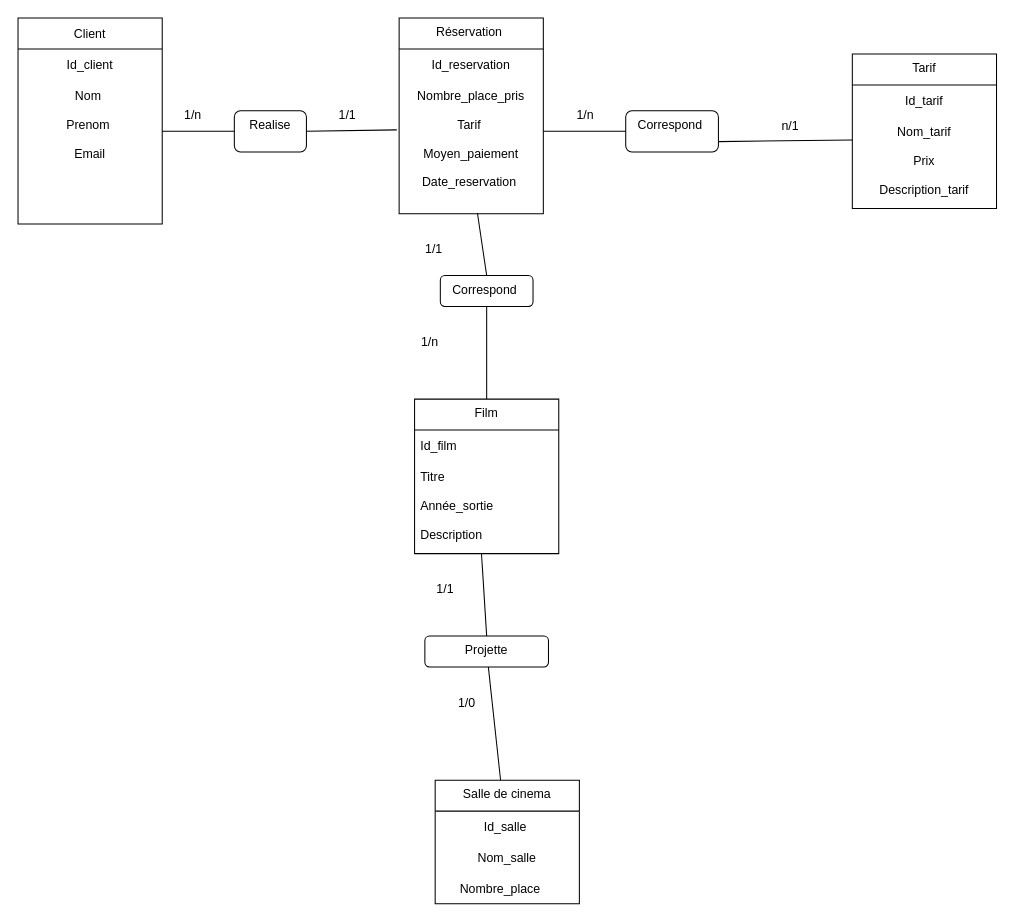
Earlier version of the draw.io diagram BDD/MCD_cinema.drawio (ArnaudLouisy/CinemaProject). Source tidied: cells renumbered, new cells numbered last; positions are measured from the earlier drawing's top-left corner, leaving out a move shared by most shapes. Both pictures are drawn from the tidied source at 103%, with x=0, y=0 at pixel (18, 18).
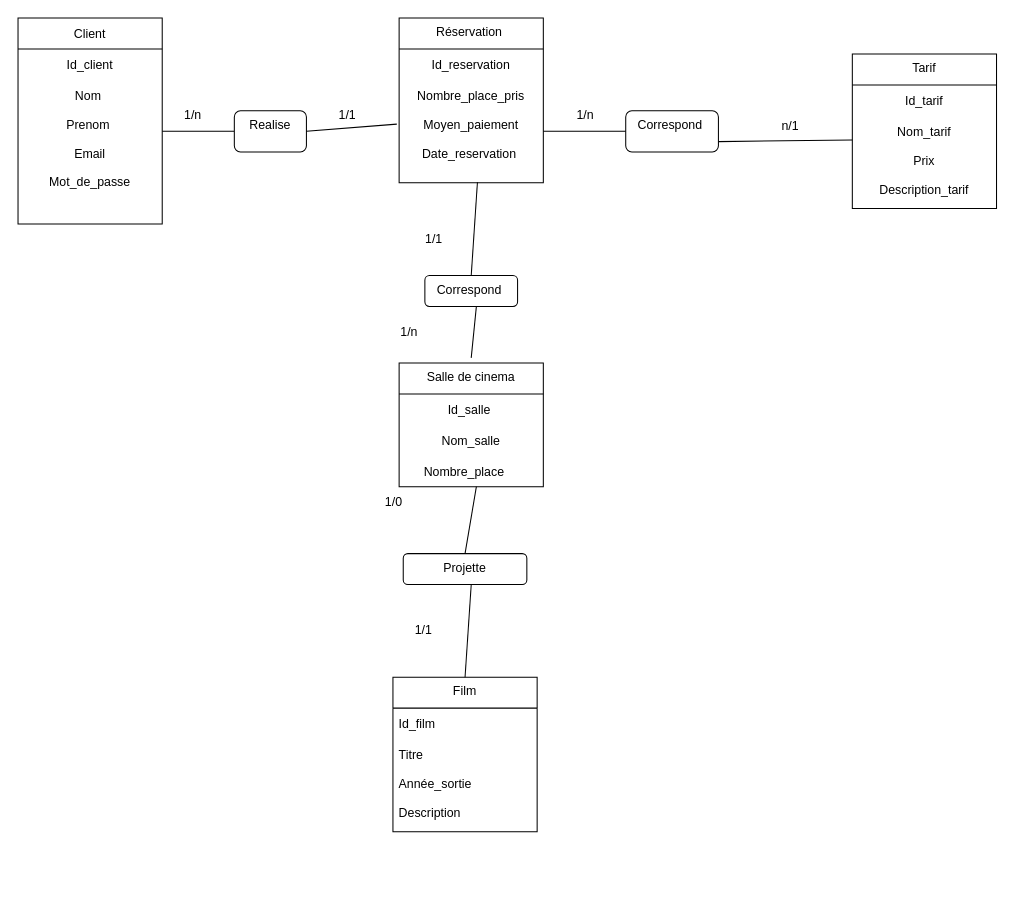
After the change.

Commit message:
modification du mcd

Unchanged cells that the change refers to:
```xml
<mxCell id="2" value="Client" style="swimlane;fontStyle=0;horizontal=1;startSize=30;align=center;" parent="1" vertex="1">
  <mxGeometry width="140" height="200" as="geometry" />
</mxCell>
<mxCell id="21" value="Année_sortie&#10;&#10;Description " style="text;strokeColor=none;fillColor=none;align=left;verticalAlign=top;spacingLeft=4;spacingRight=4;overflow=hidden;points=[[0,0.5],[1,0.5]];portConstraint=eastwest;" parent="18" vertex="1">
  <mxGeometry y="90" width="140" height="60" as="geometry" />
</mxCell>
```

What changed in the source:
```diff
@@
-    <mxCell id="5" value="Prenom &#10;&#10;Email" style="text;strokeColor=none;fillColor=none;align=center;verticalAlign=top;spacingLeft=4;spacingRight=4;overflow=hidden;" parent="2" vertex="1">
+    <mxCell id="5" value="Prenom &#10;&#10;Email&#10;&#10;Mot_de_passe&#10;&#10;" style="text;strokeColor=none;fillColor=none;align=center;verticalAlign=top;spacingLeft=4;spacingRight=4;overflow=hidden;" parent="2" vertex="1">
       <mxGeometry y="90" width="140" height="110" as="geometry" />
     </mxCell>
     <mxCell id="6" value="Salle de cinema" style="swimlane;fontStyle=0;horizontal=1;startSize=30;fillColor=default;verticalAlign=top;align=center;" parent="1" vertex="1">
-      <mxGeometry x="405" y="740" width="140" height="120" as="geometry" />
+      <mxGeometry x="370" y="335" width="140" height="120" as="geometry" />
     </mxCell>
@@
     <mxCell id="14" value="Réservation " style="swimlane;fontStyle=0;horizontal=1;startSize=30;fillColor=default;verticalAlign=top;align=center;" parent="1" vertex="1">
-      <mxGeometry x="370" width="140" height="190" as="geometry" />
+      <mxGeometry x="370" width="140" height="160" as="geometry" />
     </mxCell>
@@
-    <mxCell id="17" value="Tarif &#10;&#10;Moyen_paiement&#10;&#10;Date_reservation &#10;" style="text;strokeColor=none;fillColor=none;align=center;verticalAlign=top;spacingLeft=4;spacingRight=4;overflow=hidden;points=[[0,0.5],[1,0.5]];portConstraint=eastwest;" parent="14" vertex="1">
-      <mxGeometry y="90" width="140" height="100" as="geometry" />
+    <mxCell id="17" value="Moyen_paiement&#10;&#10;Date_reservation &#10;" style="text;strokeColor=none;fillColor=none;align=center;verticalAlign=top;spacingLeft=4;spacingRight=4;overflow=hidden;points=[[0,0.5],[1,0.5]];portConstraint=eastwest;" parent="14" vertex="1">
+      <mxGeometry y="90" width="140" height="70" as="geometry" />
     </mxCell>
     <mxCell id="18" value="Film" style="swimlane;fontStyle=0;horizontal=1;startSize=30;fillColor=default;align=center;verticalAlign=top;" parent="1" vertex="1">
-      <mxGeometry x="385" y="370" width="140" height="150" as="geometry" />
+      <mxGeometry x="364" y="640" width="140" height="150" as="geometry" />
     </mxCell>
@@
-    <mxCell id="25" style="endArrow=none;html=1;rounded=0;" parent="1" edge="1" source="6" target="26">
-      <mxGeometry relative="1" as="geometry" />
-    </mxCell>
     <mxCell id="26" value="Projette" style="rounded=1;whiteSpace=wrap;html=1;fillColor=default;align=center;verticalAlign=top;" parent="1" vertex="1">
-      <mxGeometry x="395" y="600" width="120" height="30" as="geometry" />
+      <mxGeometry x="374" y="520" width="120" height="30" as="geometry" />
     </mxCell>
@@
     <mxCell id="30" value="Correspond&amp;nbsp;" style="rounded=1;whiteSpace=wrap;html=1;fillColor=default;align=center;verticalAlign=top;" parent="1" vertex="1">
-      <mxGeometry x="410" y="250" width="90" height="30" as="geometry" />
+      <mxGeometry x="395" y="250" width="90" height="30" as="geometry" />
     </mxCell>
-    <mxCell id="31" style="endArrow=none;html=1;rounded=0;entryX=0.5;entryY=1;entryDx=0;entryDy=0;exitX=0.5;exitY=0;exitDx=0;exitDy=0;" parent="1" edge="1" source="18" target="30">
-      <mxGeometry relative="1" as="geometry" />
-    </mxCell>
@@
-    <mxCell id="33" style="endArrow=none;html=1;rounded=0;exitX=0.5;exitY=0;exitDx=0;exitDy=0;entryX=0.464;entryY=1;entryDx=0;entryDy=0;entryPerimeter=0;" parent="1" edge="1" source="26" target="21">
-      <mxGeometry relative="1" as="geometry" />
-    </mxCell>
@@
     <mxCell id="38" value="1/1" style="text;html=1;strokeColor=none;fillColor=none;align=center;verticalAlign=middle;whiteSpace=wrap;rounded=0;" parent="1" vertex="1">
-      <mxGeometry x="374" y="210" width="60" height="30" as="geometry" />
+      <mxGeometry x="374" y="200" width="60" height="30" as="geometry" />
     </mxCell>
     <mxCell id="39" value="1/n" style="text;html=1;strokeColor=none;fillColor=none;align=center;verticalAlign=middle;whiteSpace=wrap;rounded=0;" parent="1" vertex="1">
-      <mxGeometry x="370" y="300" width="60" height="30" as="geometry" />
+      <mxGeometry x="350" y="290" width="60" height="30" as="geometry" />
     </mxCell>
     <mxCell id="40" value="1/1" style="text;html=1;strokeColor=none;fillColor=none;align=center;verticalAlign=middle;whiteSpace=wrap;rounded=0;" parent="1" vertex="1">
-      <mxGeometry x="385" y="540" width="60" height="30" as="geometry" />
+      <mxGeometry x="364" y="580" width="60" height="30" as="geometry" />
     </mxCell>
     <mxCell id="41" value="1/0" style="text;html=1;strokeColor=none;fillColor=none;align=center;verticalAlign=middle;whiteSpace=wrap;rounded=0;" parent="1" vertex="1">
-      <mxGeometry x="406" y="650" width="60" height="30" as="geometry" />
+      <mxGeometry x="335" y="455" width="60" height="30" as="geometry" />
     </mxCell>
+    <mxCell id="42" style="endArrow=none;html=1;rounded=0;" parent="1" edge="1">
+      <mxGeometry relative="1" as="geometry">
+        <mxPoint x="440" y="330" as="sourcePoint" />
+        <mxPoint x="445" y="280" as="targetPoint" />
+      </mxGeometry>
+    </mxCell>
+    <mxCell id="43" style="endArrow=none;html=1;rounded=0;exitX=0.5;exitY=0;exitDx=0;exitDy=0;" parent="1" edge="1" source="26">
+      <mxGeometry relative="1" as="geometry">
+        <mxPoint x="445" y="455" as="targetPoint" />
+      </mxGeometry>
+    </mxCell>
+    <mxCell id="44" style="endArrow=none;html=1;rounded=0;exitX=0.5;exitY=0;exitDx=0;exitDy=0;" parent="1" edge="1" source="18">
+      <mxGeometry relative="1" as="geometry">
+        <mxPoint x="440" y="550" as="targetPoint" />
+      </mxGeometry>
+    </mxCell>
```
